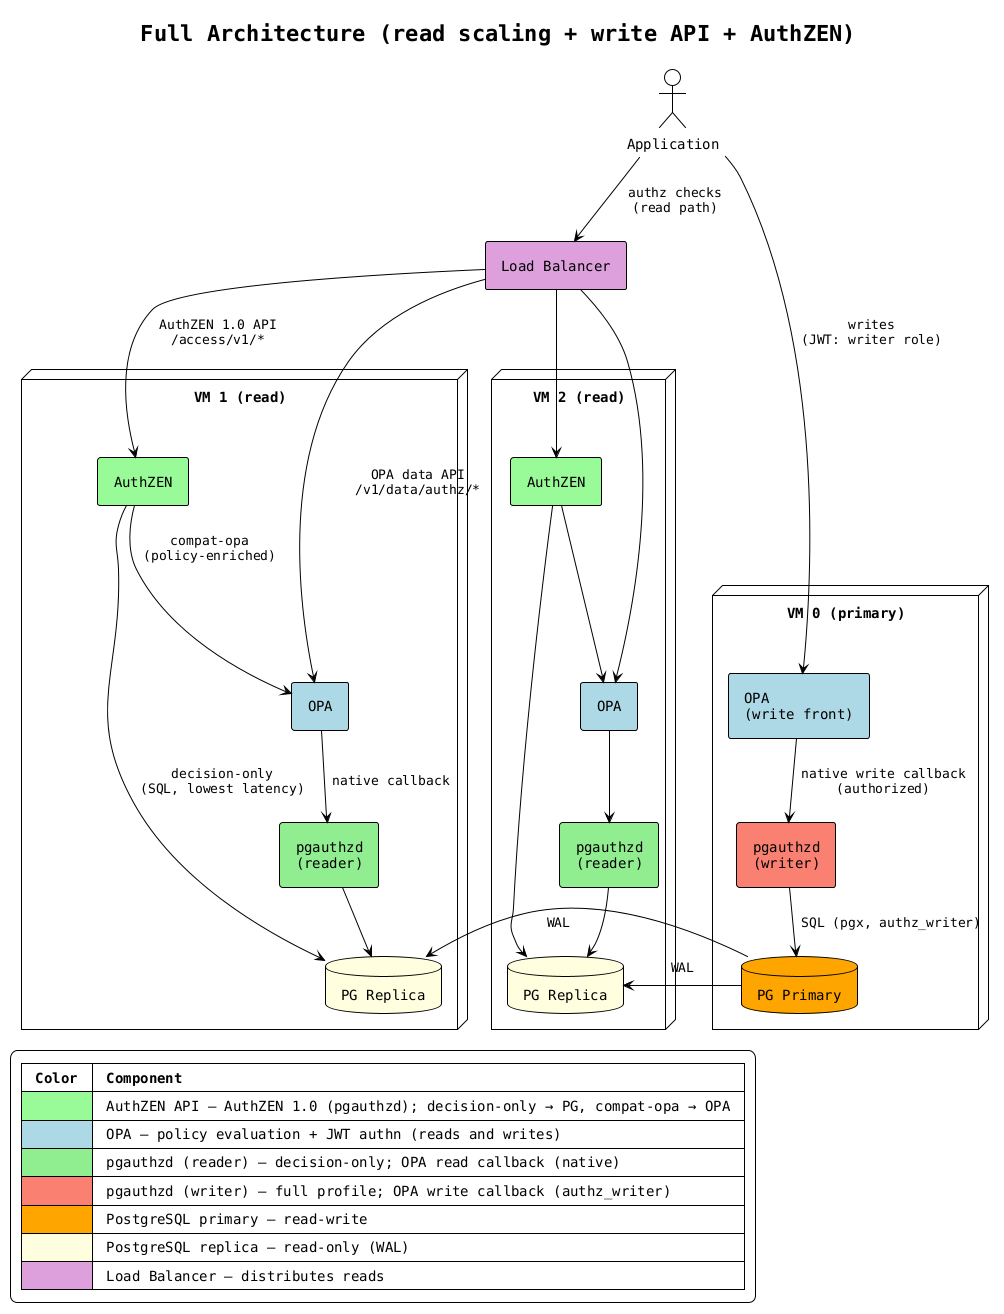
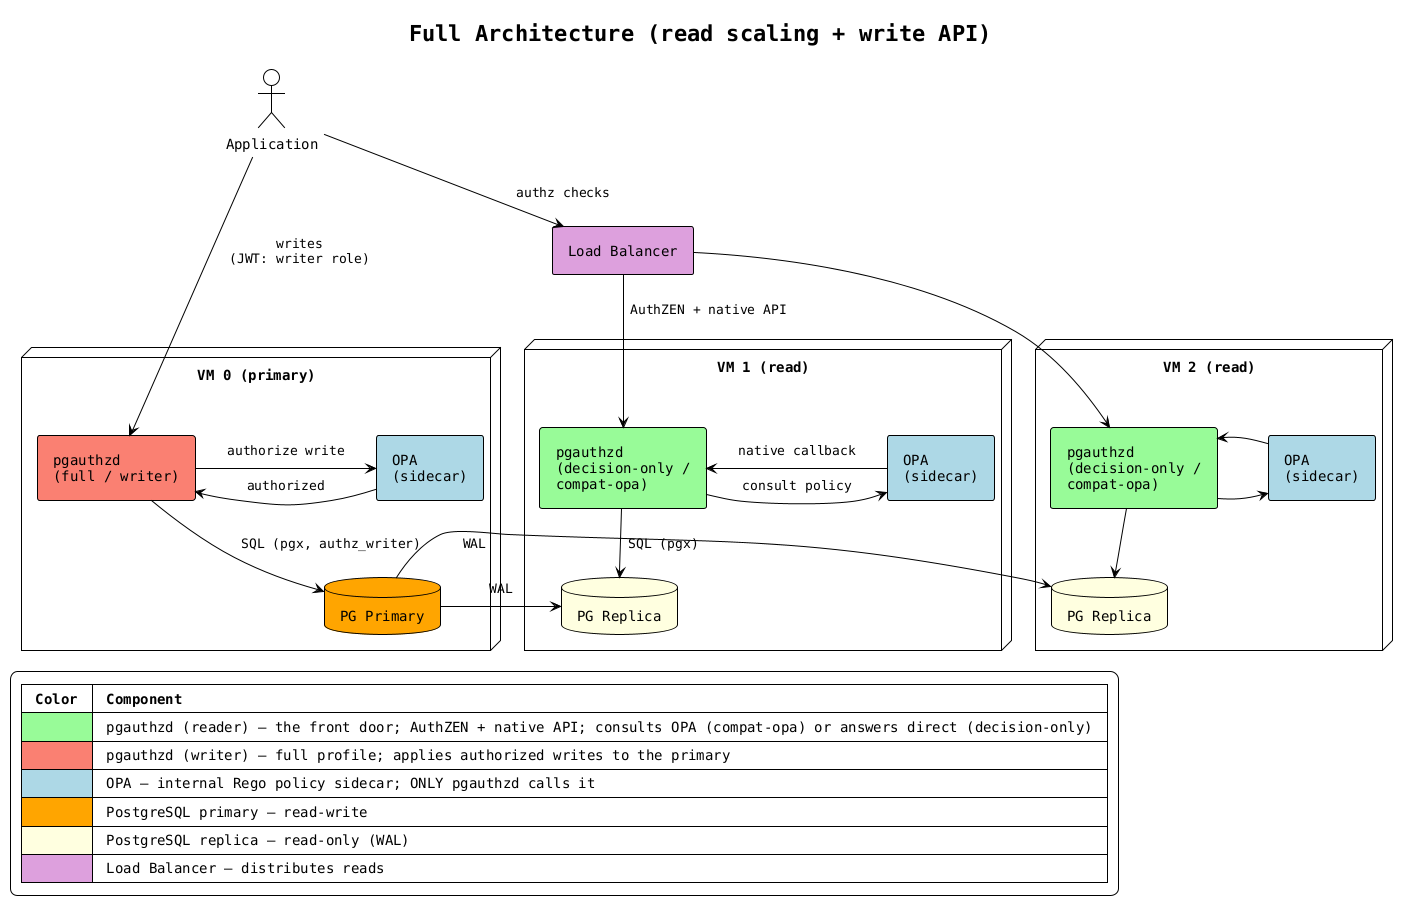
@startuml architecture-full

!theme plain
skinparam backgroundColor white
skinparam componentStyle rectangle
skinparam defaultFontName monospaced
skinparam nodesep 50
skinparam ranksep 40
skinparam padding 6

- title Full Architecture (read scaling + write API + AuthZEN)
+ title Full Architecture (read scaling + write API)

actor "Application" as app

component "Load Balancer" as lb #Plum

node "VM 1 (read)" as vm1 {
-     component "OPA" as opa_a #LightBlue
-     component "AuthZEN" as az_a #PaleGreen
-     component "pgauthzd\n(reader)" as pgd_a #LightGreen
+     component "pgauthzd\n(decision-only /\ncompat-opa)" as pgd_a #PaleGreen
+     component "OPA\n(sidecar)" as opa_a #LightBlue
    database "PG Replica" as pgr_a #LightYellow
}

node "VM 2 (read)" as vm2 {
-     component "OPA" as opa_b #LightBlue
-     component "AuthZEN" as az_b #PaleGreen
-     component "pgauthzd\n(reader)" as pgd_b #LightGreen
+     component "pgauthzd\n(decision-only /\ncompat-opa)" as pgd_b #PaleGreen
+     component "OPA\n(sidecar)" as opa_b #LightBlue
    database "PG Replica" as pgr_b #LightYellow
}

node "VM 0 (primary)" as vm0 {
-     component "OPA\n(write front)" as opa_w #LightBlue
-     component "pgauthzd\n(writer)" as pgd_w #Salmon
+     component "pgauthzd\n(full / writer)" as pgd_w #Salmon
+     component "OPA\n(sidecar)" as opa_w #LightBlue
    database "PG Primary" as pgp #Orange
}

- ' Read path
- app -down-> lb : "authz checks\n(read path)"
- lb -down-> opa_a : "OPA data API\n/v1/data/authz/*"
- lb -down-> opa_b
- lb -down-> az_a : "AuthZEN 1.0 API\n/access/v1/*"
- lb -down-> az_b
- opa_a -down-> pgd_a : "native callback"
- opa_b -down-> pgd_b
- az_a -down-> opa_a : "compat-opa\n(policy-enriched)"
- az_a -down-> pgr_a : "decision-only\n(SQL, lowest latency)"
- az_b -down-> opa_b
- az_b -down-> pgr_b
- pgd_a -down-> pgr_a
+ ' Read path — pgauthzd is the ONLY front door. It answers directly from the
+ ' graph (decision-only), or consults its OPA sidecar for Rego policy
+ ' (compat-opa) — and only pgauthzd ever calls OPA; OPA calls back into the same
+ ' pgauthzd's native listener for the graph data.
+ app -down-> lb : "authz checks"
+ lb -down-> pgd_a : "AuthZEN + native API"
+ lb -down-> pgd_b
+ pgd_a -right-> opa_a : "consult policy"
+ opa_a -left-> pgd_a : "native callback"
+ pgd_b -right-> opa_b
+ opa_b -left-> pgd_b
+ pgd_a -down-> pgr_a : "SQL (pgx)"
pgd_b -down-> pgr_b

- ' Write path — OPA fronts the writer (verifies JWT + writer role, forwards)
- app -down-> opa_w : "writes\n(JWT: writer role)"
- opa_w -down-> pgd_w : "native write callback\n(authorized)"
+ ' Write path — pgauthzd (full) is the front door; it consults OPA to authorize
+ ' the write (writer role), then applies it natively. (Write-authz delegation is
+ ' the pending pgauthzd-fronted-writes increment; today write.rego fronts it.)
+ app -down-> pgd_w : "writes\n(JWT: writer role)"
+ pgd_w -right-> opa_w : "authorize write"
+ opa_w -left-> pgd_w : "authorized"
pgd_w -down-> pgp : "SQL (pgx, authz_writer)"

' Replication
pgp -right-> pgr_a : "  WAL  "
pgp -right-> pgr_b : "  WAL  "

legend bottom left
  |= Color |= Component |
-   | <#PaleGreen> | AuthZEN API — AuthZEN 1.0 (pgauthzd); decision-only → PG, compat-opa → OPA |
-   | <#LightBlue> | OPA — policy evaluation + JWT authn (reads and writes) |
-   | <#LightGreen> | pgauthzd (reader) — decision-only; OPA read callback (native) |
-   | <#Salmon> | pgauthzd (writer) — full profile; OPA write callback (authz_writer) |
+   | <#PaleGreen> | pgauthzd (reader) — the front door; AuthZEN + native API; consults OPA (compat-opa) or answers direct (decision-only) |
+   | <#Salmon> | pgauthzd (writer) — full profile; applies authorized writes to the primary |
+   | <#LightBlue> | OPA — internal Rego policy sidecar; ONLY pgauthzd calls it |
  | <#Orange> | PostgreSQL primary — read-write |
  | <#LightYellow> | PostgreSQL replica — read-only (WAL) |
  | <#Plum> | Load Balancer — distributes reads |
end legend

@enduml
